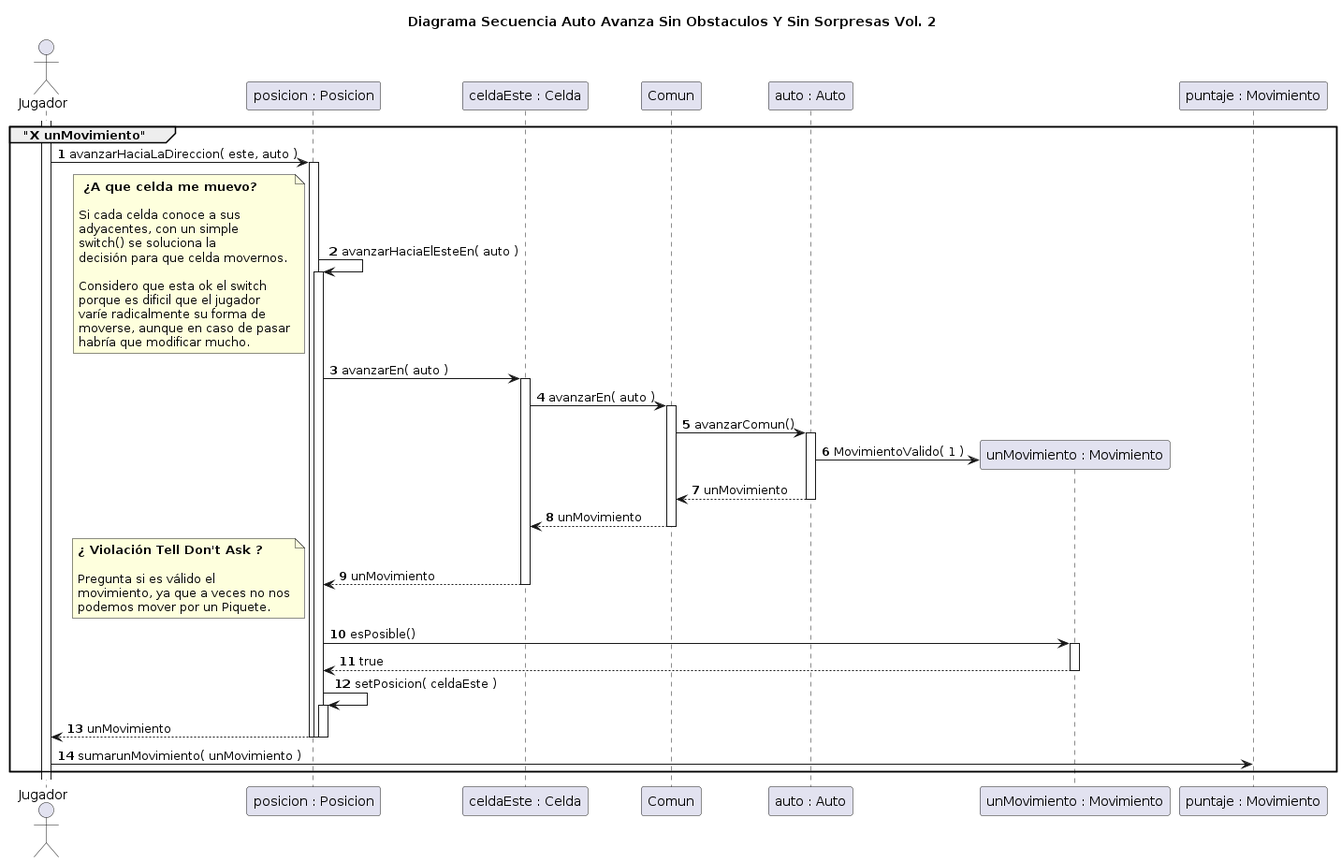
rodrigovzq/algo3_tp2 keeps this PlantUML diagram as diagrams/borradores/v2/img/DiagramaSequenciaCasoSinObstaculosSinSorpresas_v2.png. Above is the earlier version. Source of this version:
```plantuml
@startuml
title Diagrama Secuencia Auto Avanza Sin Obstaculos Y Sin Sorpresas Vol. 2
autonumber
actor Jugador

group "X unMovimiento"
activate Jugador

Jugador -> "posicion : Posicion"++: avanzarHaciaLaDireccion( este, auto )

"posicion : Posicion" -> "posicion : Posicion"++: avanzarHaciaElEsteEn( auto )
note left
** ¿A que celda me muevo?**

Si cada celda conoce a sus
adyacentes, con un simple
switch() se soluciona la
decisión para que celda movernos.

Considero que esta ok el switch
porque es dificil que el jugador
varíe radicalmente su forma de
moverse, aunque en caso de pasar
habría que modificar mucho.
end note
"posicion : Posicion" -> "celdaEste : Celda"++: avanzarEn( auto )

"celdaEste : Celda" -> Comun++: avanzarEn( auto )
Comun -> "auto : Auto"++: avanzarComun()
create "unMovimiento : Movimiento"
"auto : Auto" -> "unMovimiento : Movimiento": MovimientoValido( 1 )
"auto : Auto" --> Comun: unMovimiento
deactivate "auto : Auto"
Comun --> "celdaEste : Celda": unMovimiento
deactivate Comun
"celdaEste : Celda" --> "posicion : Posicion": unMovimiento
deactivate "celdaEste : Celda"

note left
**¿ Violación Tell Don't Ask ?**

Pregunta si es válido el
movimiento, ya que a veces no nos
podemos mover por un Piquete.
end note


"unMovimiento : Movimiento" <- "posicion : Posicion"++: esPosible()
"unMovimiento : Movimiento" --> "posicion : Posicion": true
deactivate "unMovimiento : Movimiento"
"posicion : Posicion" -> "posicion : Posicion"++: setPosicion( celdaEste )




"posicion : Posicion" --> Jugador--: unMovimiento
deactivate "posicion : Posicion"
deactivate "posicion : Posicion"

Jugador -> "puntaje : Movimiento": sumarunMovimiento( unMovimiento )
end

@enduml
```
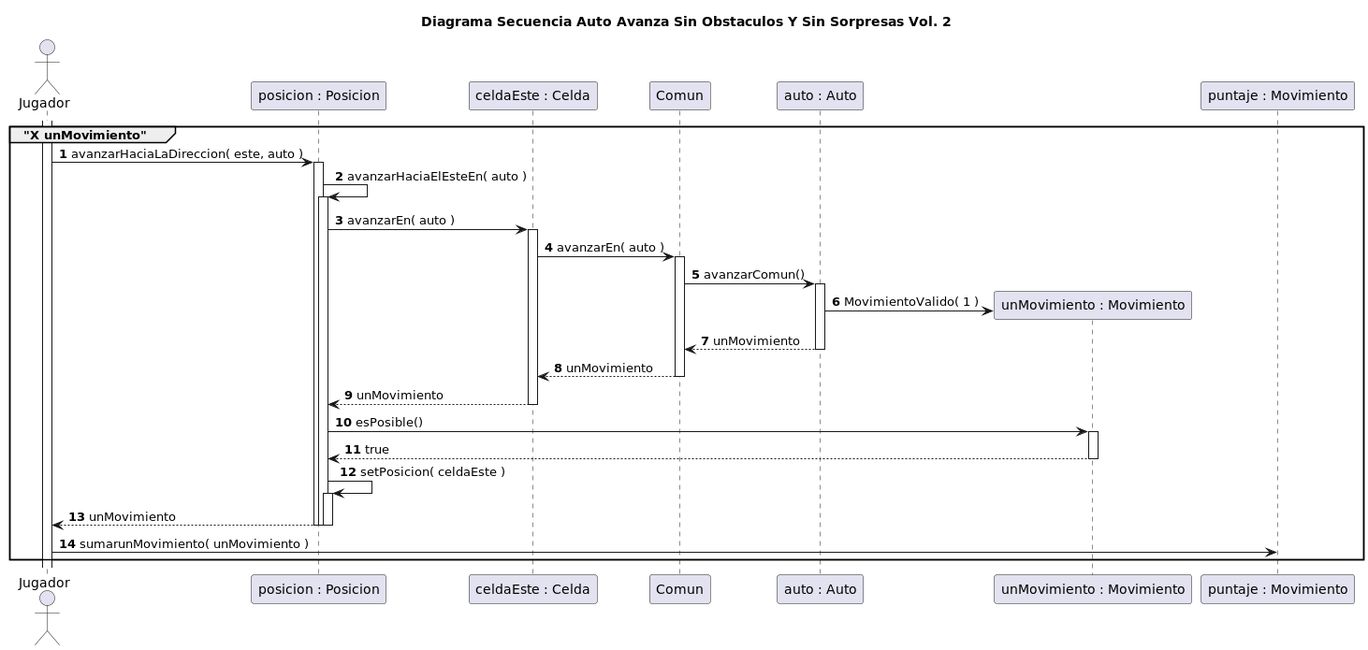
After the commit.

Change to the diagram source:
```diff
@@ -9,20 +9,7 @@
 Jugador -> "posicion : Posicion"++: avanzarHaciaLaDireccion( este, auto )
 
 "posicion : Posicion" -> "posicion : Posicion"++: avanzarHaciaElEsteEn( auto )
-note left
-** ¿A que celda me muevo?**
 
-Si cada celda conoce a sus
-adyacentes, con un simple
-switch() se soluciona la
-decisión para que celda movernos.
-
-Considero que esta ok el switch
-porque es dificil que el jugador
-varíe radicalmente su forma de
-moverse, aunque en caso de pasar
-habría que modificar mucho.
-end note
 "posicion : Posicion" -> "celdaEste : Celda"++: avanzarEn( auto )
 
 "celdaEste : Celda" -> Comun++: avanzarEn( auto )
@@ -36,13 +23,6 @@
 "celdaEste : Celda" --> "posicion : Posicion": unMovimiento
 deactivate "celdaEste : Celda"
 
-note left
-**¿ Violación Tell Don't Ask ?**
-
-Pregunta si es válido el
-movimiento, ya que a veces no nos
-podemos mover por un Piquete.
-end note
 
 
 "unMovimiento : Movimiento" <- "posicion : Posicion"++: esPosible()
```
